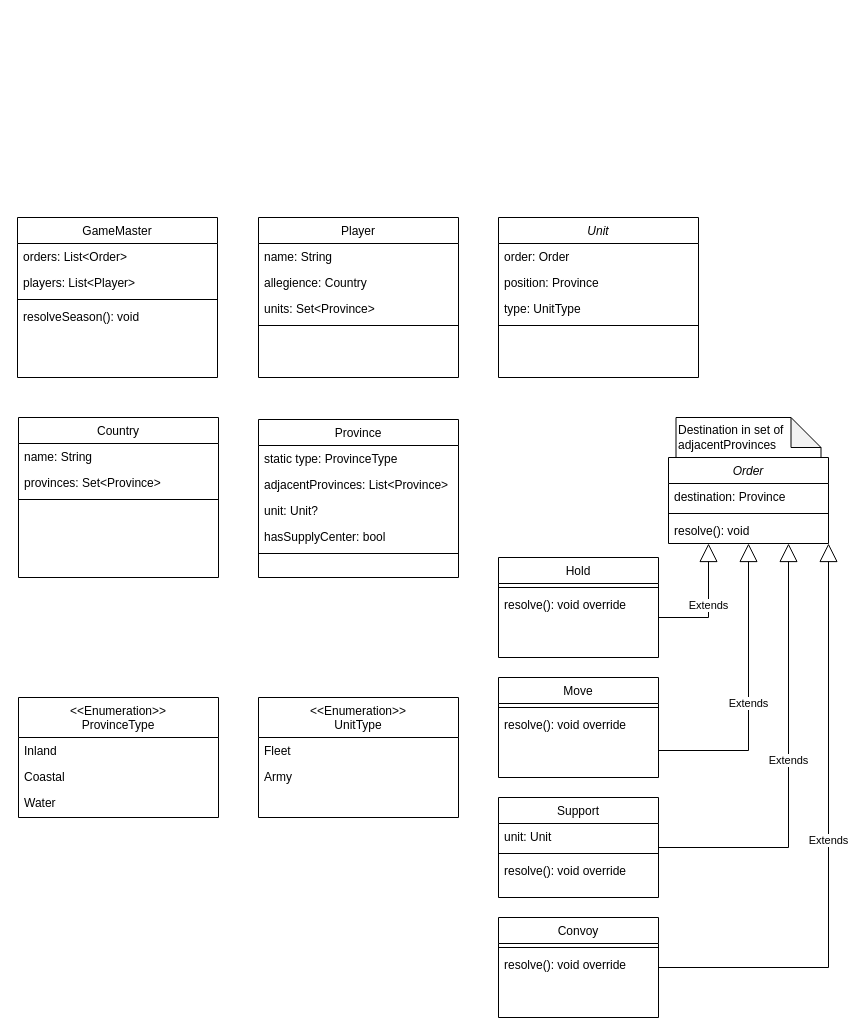
Earlier version of the draw.io diagram docs/backend-uml.drawio (CPTR450-Diplomacy/backend). Source tidied: cells renumbered, new cells numbered last; positions are measured from the earlier drawing's top-left corner, leaving out a move shared by most shapes. Both pictures are drawn from the tidied source at 100%, with x=0, y=0 at pixel (17, 217).
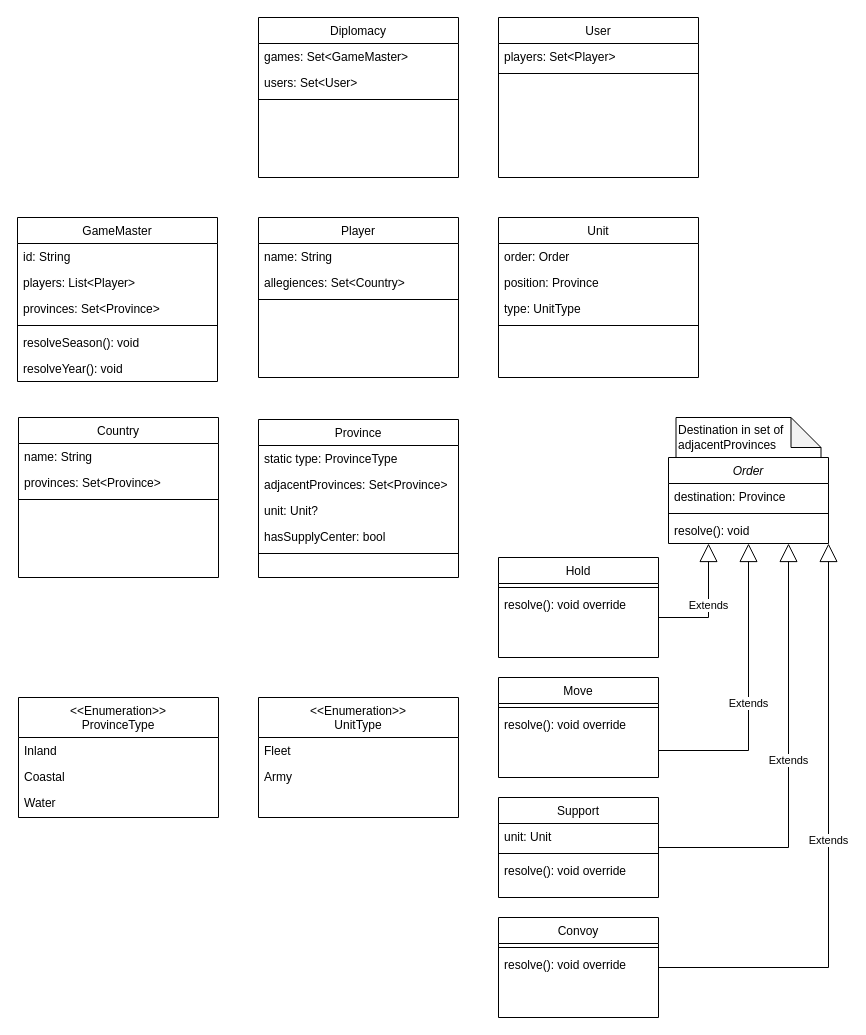
Above is the later version.

Commit message:
Updates from our Thursday meeting.

The change refers to these unchanged cells:
```xml
<mxCell id="2" value="Player" style="swimlane;fontStyle=0;align=center;verticalAlign=top;horizontal=1;startSize=26;rounded=0;shadow=0;strokeWidth=1;" parent="1" vertex="1">
  <mxGeometry x="241" width="200" height="160" as="geometry" />
</mxCell>
<mxCell id="7" value="Province" style="swimlane;fontStyle=0;align=center;verticalAlign=top;horizontal=1;startSize=26;rounded=0;shadow=0;strokeWidth=1;" parent="1" vertex="1">
  <mxGeometry x="241" y="202" width="200" height="158" as="geometry" />
</mxCell>
```

Diff of the diagram source:
```diff
@@
-    <mxCell id="4" value="allegience: Country" style="text;align=left;verticalAlign=top;spacingLeft=4;spacingRight=4;overflow=hidden;" parent="2" vertex="1">
+    <mxCell id="4" value="allegiences: Set&lt;Country&gt;" style="text;align=left;verticalAlign=top;spacingLeft=4;spacingRight=4;overflow=hidden;" parent="2" vertex="1">
       <mxGeometry y="52" width="200" height="26" as="geometry" />
     </mxCell>
-    <mxCell id="5" value="units: Set&lt;Province&gt;" style="text;align=left;verticalAlign=top;spacingLeft=4;spacingRight=4;overflow=hidden;" parent="2" vertex="1">
-      <mxGeometry y="78" width="200" height="26" as="geometry" />
-    </mxCell>
     <mxCell id="6" style="line;html=1;strokeWidth=1;align=left;verticalAlign=middle;spacingTop=-1;spacingLeft=3;spacingRight=3;labelPosition=right;" parent="2" vertex="1">
-      <mxGeometry y="104" width="200" height="8" as="geometry" />
+      <mxGeometry y="78" width="200" height="8" as="geometry" />
     </mxCell>
@@
-    <mxCell id="9" value="adjacentProvinces: List&lt;Province&gt;" style="text;align=left;verticalAlign=top;spacingLeft=4;spacingRight=4;overflow=hidden;" parent="7" vertex="1">
+    <mxCell id="9" value="adjacentProvinces: Set&lt;Province&gt;" style="text;align=left;verticalAlign=top;spacingLeft=4;spacingRight=4;overflow=hidden;" parent="7" vertex="1">
       <mxGeometry y="52" width="200" height="26" as="geometry" />
     </mxCell>
@@
     <mxCell id="25" value="GameMaster" style="swimlane;fontStyle=0;align=center;verticalAlign=top;horizontal=1;startSize=26;rounded=0;shadow=0;strokeWidth=1;" parent="1" vertex="1">
-      <mxGeometry width="200" height="160" as="geometry" />
+      <mxGeometry width="200" height="164" as="geometry" />
     </mxCell>
-    <mxCell id="26" value="orders: List&lt;Order&gt;" style="text;align=left;verticalAlign=top;spacingLeft=4;spacingRight=4;overflow=hidden;" parent="25" vertex="1">
-      <mxGeometry y="26" width="200" height="26" as="geometry" />
-    </mxCell>
+    <mxCell id="56" value="id: String" style="text;align=left;verticalAlign=top;spacingLeft=4;spacingRight=4;overflow=hidden;" parent="25" vertex="1">
+      <mxGeometry y="26" width="200" height="26" as="geometry" />
+    </mxCell>
@@
+    <mxCell id="57" value="provinces: Set&lt;Province&gt;" style="text;align=left;verticalAlign=top;spacingLeft=4;spacingRight=4;overflow=hidden;" parent="25" vertex="1">
+      <mxGeometry y="78" width="200" height="26" as="geometry" />
+    </mxCell>
     <mxCell id="28" style="line;html=1;strokeWidth=1;align=left;verticalAlign=middle;spacingTop=-1;spacingLeft=3;spacingRight=3;labelPosition=right;" parent="25" vertex="1">
-      <mxGeometry y="78" width="200" height="8" as="geometry" />
+      <mxGeometry y="104" width="200" height="8" as="geometry" />
     </mxCell>
     <mxCell id="29" value="resolveSeason(): void" style="text;align=left;verticalAlign=top;spacingLeft=4;spacingRight=4;overflow=hidden;" parent="25" vertex="1">
-      <mxGeometry y="86" width="200" height="26" as="geometry" />
+      <mxGeometry y="112" width="200" height="26" as="geometry" />
     </mxCell>
+    <mxCell id="58" value="resolveYear(): void" style="text;align=left;verticalAlign=top;spacingLeft=4;spacingRight=4;overflow=hidden;" parent="25" vertex="1">
+      <mxGeometry y="138" width="200" height="26" as="geometry" />
+    </mxCell>
-    <mxCell id="30" value="Unit" style="swimlane;fontStyle=2;align=center;verticalAlign=top;horizontal=1;startSize=26;rounded=0;shadow=0;strokeWidth=1;" parent="1" vertex="1">
+    <mxCell id="30" value="Unit" style="swimlane;fontStyle=0;align=center;verticalAlign=top;horizontal=1;startSize=26;rounded=0;shadow=0;strokeWidth=1;" parent="1" vertex="1">
       <mxGeometry x="481" width="200" height="160" as="geometry" />
     </mxCell>
@@
+    <mxCell id="59" value="Diplomacy" style="swimlane;fontStyle=0;align=center;verticalAlign=top;horizontal=1;startSize=26;rounded=0;shadow=0;strokeWidth=1;" parent="1" vertex="1">
+      <mxGeometry x="241" y="-200" width="200" height="160" as="geometry" />
+    </mxCell>
+    <mxCell id="60" value="games: Set&lt;GameMaster&gt;" style="text;align=left;verticalAlign=top;spacingLeft=4;spacingRight=4;overflow=hidden;" parent="59" vertex="1">
+      <mxGeometry y="26" width="200" height="26" as="geometry" />
+    </mxCell>
+    <mxCell id="61" value="users: Set&lt;User&gt;" style="text;align=left;verticalAlign=top;spacingLeft=4;spacingRight=4;overflow=hidden;" parent="59" vertex="1">
+      <mxGeometry y="52" width="200" height="26" as="geometry" />
+    </mxCell>
+    <mxCell id="62" style="line;html=1;strokeWidth=1;align=left;verticalAlign=middle;spacingTop=-1;spacingLeft=3;spacingRight=3;labelPosition=right;" parent="59" vertex="1">
+      <mxGeometry y="78" width="200" height="8" as="geometry" />
+    </mxCell>
+    <mxCell id="63" value="User" style="swimlane;fontStyle=0;align=center;verticalAlign=top;horizontal=1;startSize=26;rounded=0;shadow=0;strokeWidth=1;" parent="1" vertex="1">
+      <mxGeometry x="481" y="-200" width="200" height="160" as="geometry" />
+    </mxCell>
+    <mxCell id="64" value="players: Set&lt;Player&gt;" style="text;align=left;verticalAlign=top;spacingLeft=4;spacingRight=4;overflow=hidden;" parent="63" vertex="1">
+      <mxGeometry y="26" width="200" height="26" as="geometry" />
+    </mxCell>
+    <mxCell id="65" style="line;html=1;strokeWidth=1;align=left;verticalAlign=middle;spacingTop=-1;spacingLeft=3;spacingRight=3;labelPosition=right;" parent="63" vertex="1">
+      <mxGeometry y="52" width="200" height="8" as="geometry" />
+    </mxCell>
```
